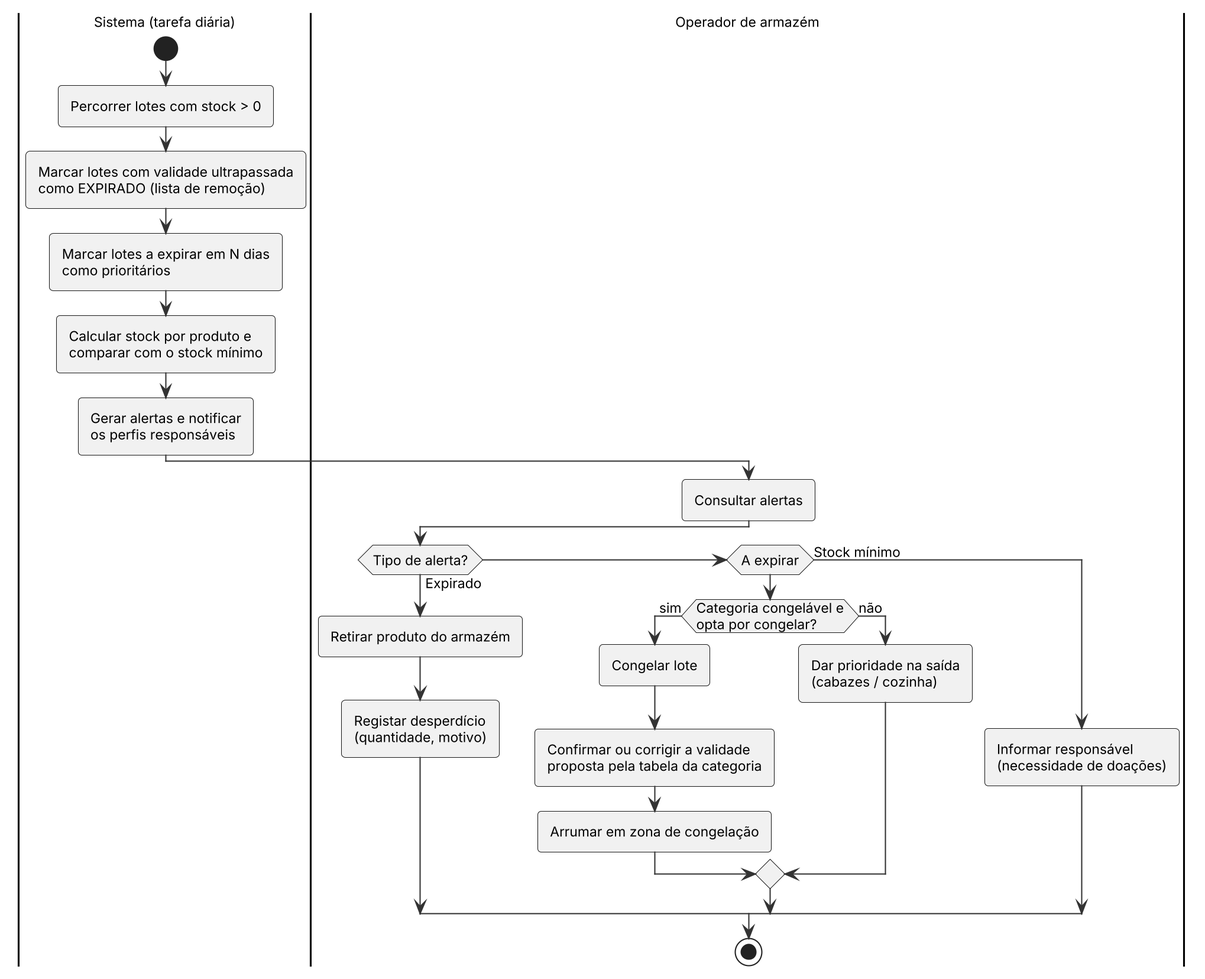
Miguel31028/GASC keeps this PlantUML diagram as Docs/diagramas/act_validades.png. Above is the earlier version. The source it was exported from:
```plantuml
@startuml
!include _estilo.iuml
|Sistema (tarefa diária)|
start
:Percorrer lotes com stock > 0;
:Marcar lotes com validade ultrapassada\ncomo EXPIRADO (lista de remoção);
:Marcar lotes a expirar em N dias\ncomo prioritários;
:Calcular stock por produto e\ncomparar com o stock mínimo;
:Gerar alertas e notificar\nos perfis responsáveis;
|Operador de armazém|
:Consultar alertas;
if (Tipo de alerta?) then (Expirado)
  :Retirar produto do armazém;
  :Registar desperdício\n(quantidade, motivo);
elseif (A expirar) then
  if (Categoria congelável e\nopta por congelar?) then (sim)
    :Congelar lote;
    :Confirmar ou corrigir a validade\nproposta pela tabela da categoria;
    :Arrumar em zona de congelação;
  else (não)
    :Dar prioridade na saída\n(cabazes / cozinha);
  endif
else (Stock mínimo)
  :Informar responsável\n(necessidade de doações);
endif
stop
@enduml
```
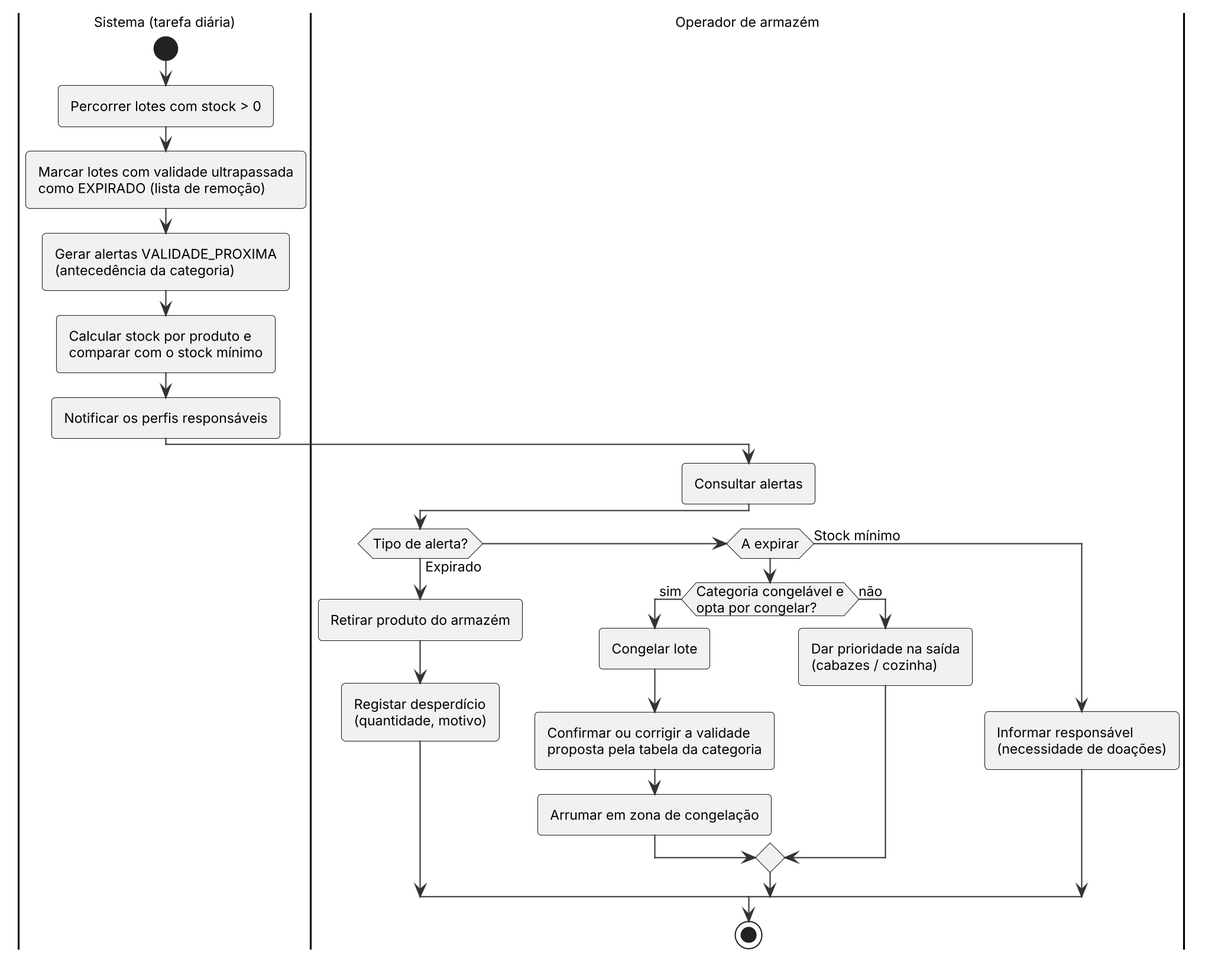
Above is the later version.

What changed in the source:
```diff
@@ -4,9 +4,9 @@
 start
 :Percorrer lotes com stock > 0;
 :Marcar lotes com validade ultrapassada\ncomo EXPIRADO (lista de remoção);
-:Marcar lotes a expirar em N dias\ncomo prioritários;
+:Gerar alertas VALIDADE_PROXIMA\n(antecedência da categoria);
 :Calcular stock por produto e\ncomparar com o stock mínimo;
-:Gerar alertas e notificar\nos perfis responsáveis;
+:Notificar os perfis responsáveis;
 |Operador de armazém|
 :Consultar alertas;
 if (Tipo de alerta?) then (Expirado)
```
